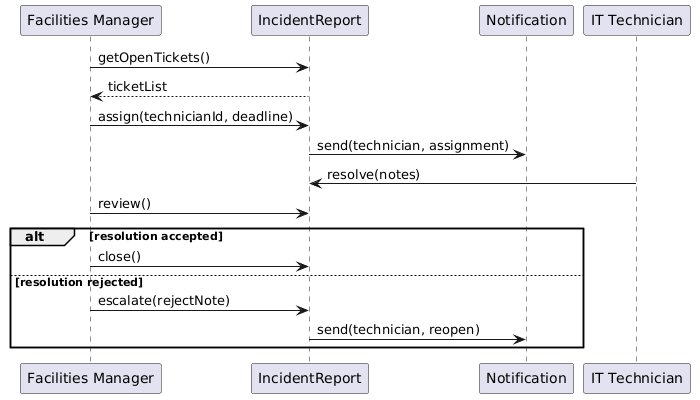
erindkotobelli12/BankManagementSystem keeps this PlantUML diagram as Diagrams/Sequence Diagrams/BS_FCM_02.png. Above is the earlier version. Its diagram source:
```plantuml
@startuml
participant "Facilities Manager" as FM
participant IncidentReport as IR
participant Notification as N
participant "IT Technician" as IT

FM -> IR : getOpenTickets()
IR --> FM : ticketList
FM -> IR : assign(technicianId, deadline)
IR -> N : send(technician, assignment)
IT -> IR : resolve(notes)
FM -> IR : review()

alt resolution accepted
  FM -> IR : close()
else resolution rejected
  FM -> IR : escalate(rejectNote)
  IR -> N : send(technician, reopen)
end
@enduml
```
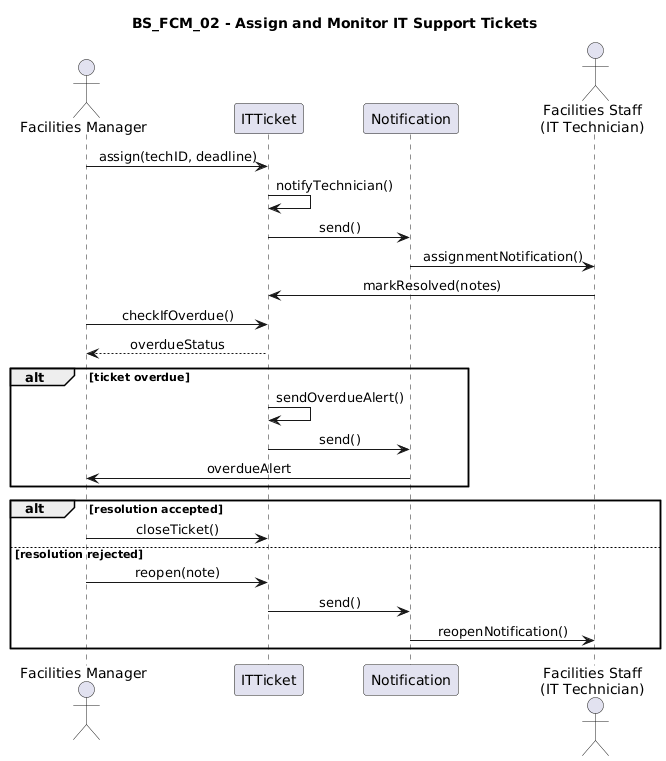
The same diagram one commit later.

Change to the diagram source:
```diff
@@ -1,20 +1,35 @@
 @startuml
-participant "Facilities Manager" as FM
-participant IncidentReport as IR
-participant Notification as N
-participant "IT Technician" as IT
+title BS_FCM_02 - Assign and Monitor IT Support Tickets
 
-FM -> IR : getOpenTickets()
-IR --> FM : ticketList
-FM -> IR : assign(technicianId, deadline)
-IR -> N : send(technician, assignment)
-IT -> IR : resolve(notes)
-FM -> IR : review()
+skinparam shadowing false
+skinparam sequenceMessageAlign center
+
+actor "Facilities Manager" as FM
+participant ITTicket
+participant Notification
+actor "Facilities Staff\n(IT Technician)" as Tech
+
+FM -> ITTicket : assign(techID, deadline)
+ITTicket -> ITTicket : notifyTechnician()
+ITTicket -> Notification : send()
+Notification -> Tech : assignmentNotification()
+
+Tech -> ITTicket : markResolved(notes)
+
+FM -> ITTicket : checkIfOverdue()
+ITTicket --> FM : overdueStatus
+
+alt ticket overdue
+    ITTicket -> ITTicket : sendOverdueAlert()
+    ITTicket -> Notification : send()
+    Notification -> FM : overdueAlert
+end
 
 alt resolution accepted
-  FM -> IR : close()
+    FM -> ITTicket : closeTicket()
 else resolution rejected
-  FM -> IR : escalate(rejectNote)
-  IR -> N : send(technician, reopen)
+    FM -> ITTicket : reopen(note)
+    ITTicket -> Notification : send()
+    Notification -> Tech : reopenNotification()
 end
 @enduml
```
